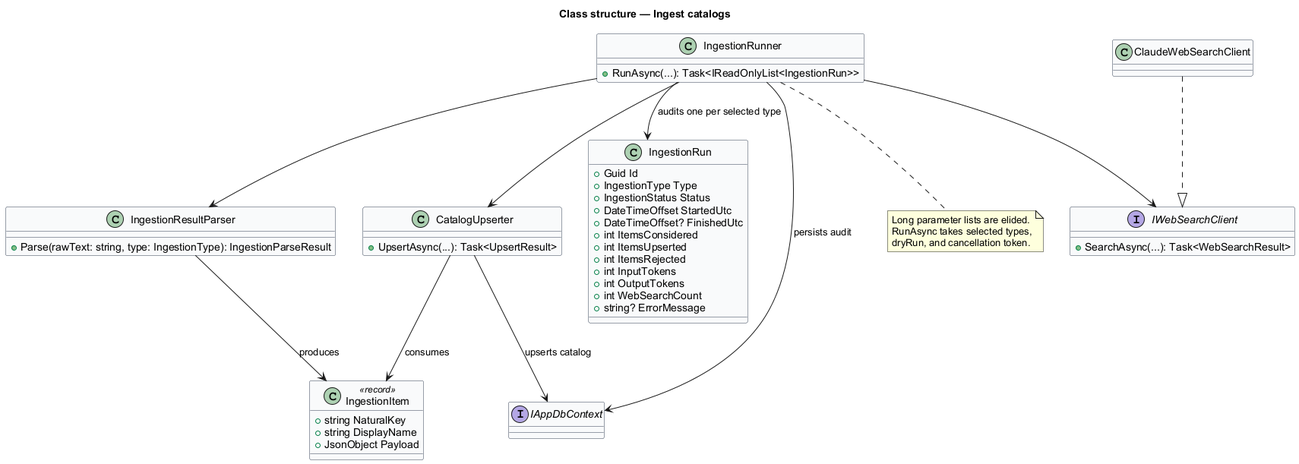
Above: docs/detailed-designs/discovery/ingest-catalogs/diagrams/class-structure.png in QuinntyneBrown/saturdaze (PlantUML), before the change.
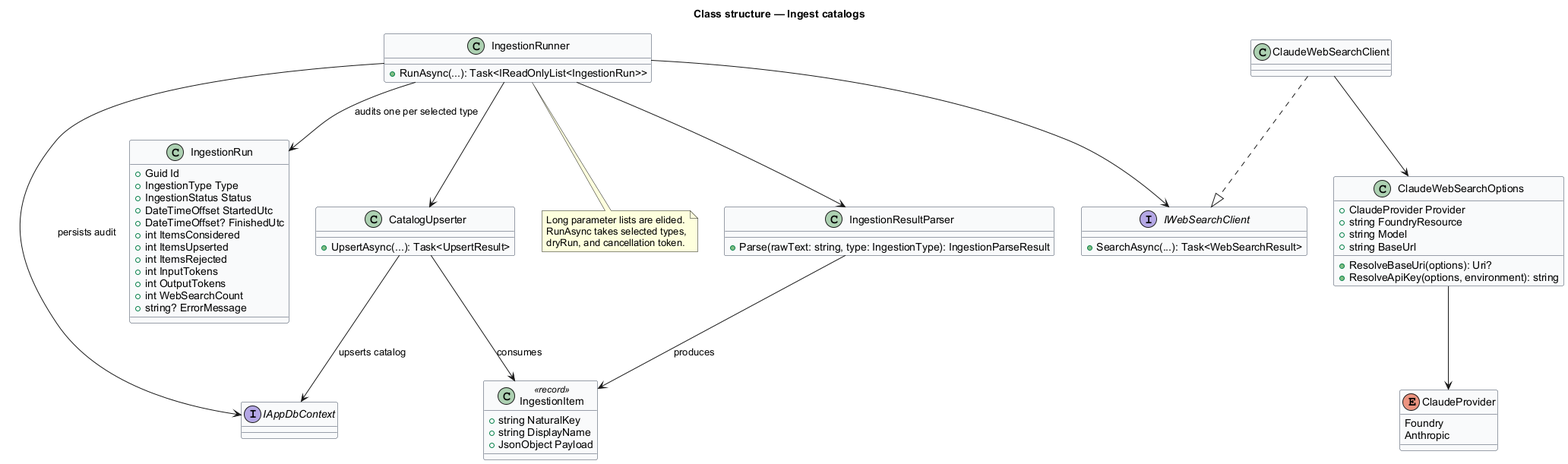
The same diagram one commit later.

Change to the diagram source:
```diff
@@ -12,6 +12,18 @@
  +SearchAsync(...): Task<WebSearchResult>
 }
 class ClaudeWebSearchClient
+class ClaudeWebSearchOptions {
+ +ClaudeProvider Provider
+ +string FoundryResource
+ +string Model
+ +string BaseUrl
+ +ResolveBaseUri(options): Uri?
+ +ResolveApiKey(options, environment): string
+}
+enum ClaudeProvider {
+ Foundry
+ Anthropic
+}
 class IngestionResultParser {
  +Parse(rawText: string, type: IngestionType): IngestionParseResult
 }
@@ -40,6 +52,8 @@
 interface IAppDbContext
 IngestionRunner --> IWebSearchClient
 ClaudeWebSearchClient ..|> IWebSearchClient
+ClaudeWebSearchClient --> ClaudeWebSearchOptions
+ClaudeWebSearchOptions --> ClaudeProvider
 IngestionRunner --> IngestionResultParser
 IngestionRunner --> CatalogUpserter
 IngestionRunner --> IngestionRun : audits one per selected type
```
